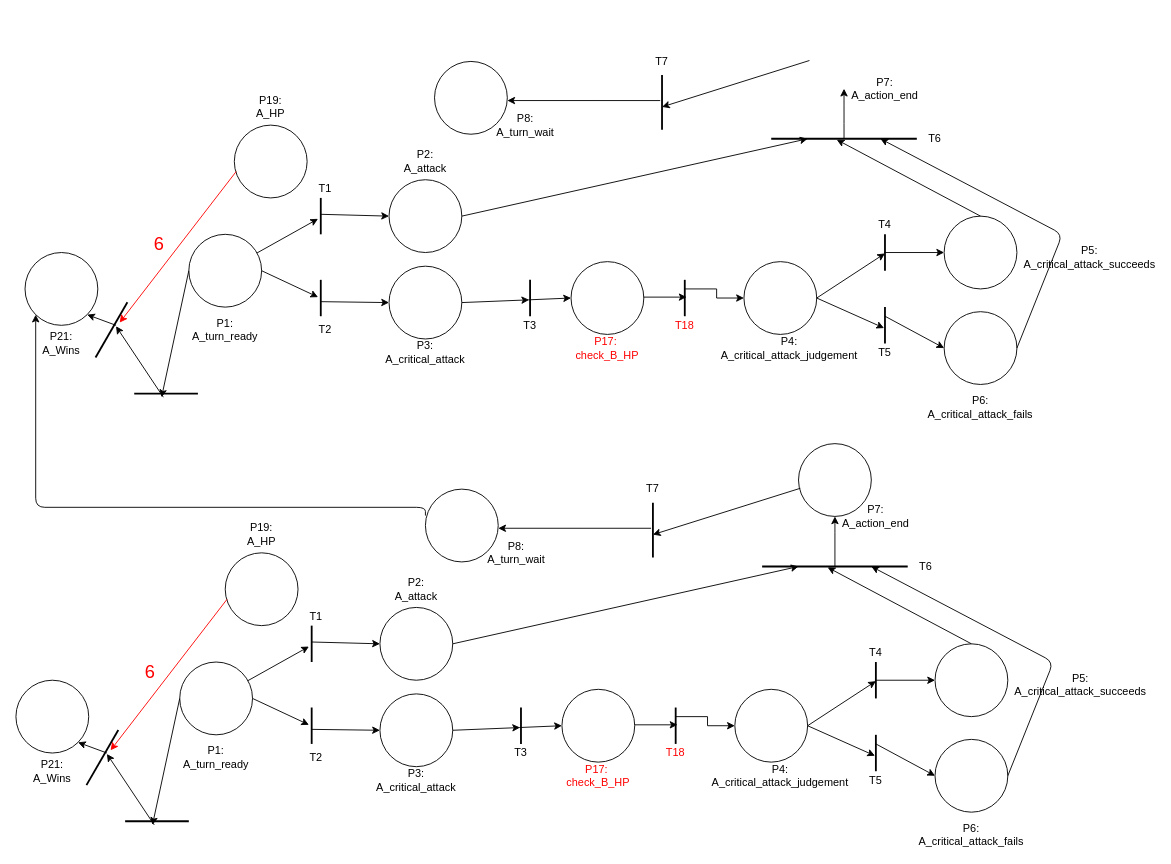
This is Untitled Diagram.drawio from briansodenkin/gdg-git, a draw.io file, before an edit. Source tidied: cells renumbered, new cells numbered last; positions are measured from the earlier drawing's top-left corner, leaving out a move shared by most shapes. Both pictures are drawn from the tidied source at 91%, with x=0, y=0 at pixel (15, 52).
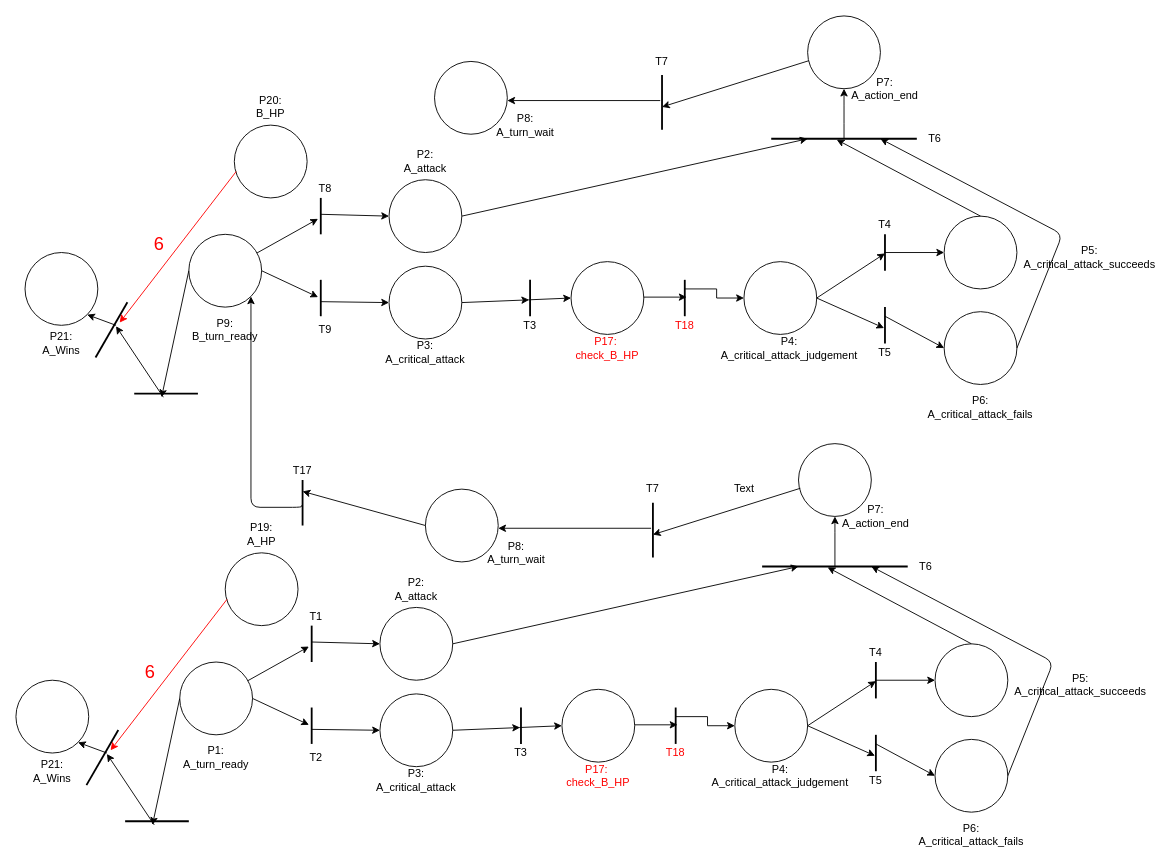
After the change.

Unchanged cells that the change refers to:
```xml
<mxCell id="63" style="ellipse;whiteSpace=wrap;html=1;" parent="1" vertex="1">
  <mxGeometry x="450" y="480" width="80" height="80" as="geometry" />
</mxCell>
<mxCell id="65" style="ellipse;whiteSpace=wrap;html=1;" parent="1" vertex="1">
  <mxGeometry x="190" y="200" width="80" height="80" as="geometry" />
</mxCell>
<mxCell id="72" style="ellipse;whiteSpace=wrap;html=1;" parent="1" vertex="1">
  <mxGeometry x="10" y="220" width="80" height="80" as="geometry" />
</mxCell>
```

Diff of the diagram source:
```diff
@@
-    <mxCell id="77" value="T2" style="text;html=1;strokeColor=none;fillColor=none;align=center;verticalAlign=middle;whiteSpace=wrap;rounded=0;" parent="1" vertex="1">
+    <mxCell id="77" value="T9" style="text;html=1;strokeColor=none;fillColor=none;align=center;verticalAlign=middle;whiteSpace=wrap;rounded=0;" parent="1" vertex="1">
       <mxGeometry x="320" y="295" width="40" height="20" as="geometry" />
     </mxCell>
-    <mxCell id="78" value="T1" style="text;html=1;strokeColor=none;fillColor=none;align=center;verticalAlign=middle;whiteSpace=wrap;rounded=0;" parent="1" vertex="1">
+    <mxCell id="78" value="T8" style="text;html=1;strokeColor=none;fillColor=none;align=center;verticalAlign=middle;whiteSpace=wrap;rounded=0;" parent="1" vertex="1">
       <mxGeometry x="320" y="140" width="40" height="20" as="geometry" />
     </mxCell>
@@
-    <mxCell id="80" value="P1: A_turn_ready&lt;br&gt;" style="text;html=1;strokeColor=none;fillColor=none;align=center;verticalAlign=middle;whiteSpace=wrap;rounded=0;" parent="1" vertex="1">
+    <mxCell id="80" value="P9: B_turn_ready" style="text;html=1;strokeColor=none;fillColor=none;align=center;verticalAlign=middle;whiteSpace=wrap;rounded=0;" parent="1" vertex="1">
       <mxGeometry x="210" y="295" width="40" height="20" as="geometry" />
     </mxCell>
-    <mxCell id="81" value="P19: A_HP" style="text;html=1;strokeColor=none;fillColor=none;align=center;verticalAlign=middle;whiteSpace=wrap;rounded=0;" parent="1" vertex="1">
+    <mxCell id="81" value="P20: B_HP" style="text;html=1;strokeColor=none;fillColor=none;align=center;verticalAlign=middle;whiteSpace=wrap;rounded=0;" parent="1" vertex="1">
       <mxGeometry x="260" y="50" width="40" height="20" as="geometry" />
     </mxCell>
@@
-    <mxCell id="127" style="edgeStyle=elbowEdgeStyle;elbow=vertical;endArrow=classic;html=1;strokeColor=#000000;exitX=0;exitY=0.363;exitDx=0;exitDy=0;exitPerimeter=0;entryX=0;entryY=1;entryDx=0;entryDy=0;" parent="1" edge="1" source="63" target="72">
+    <mxCell id="127" style="edgeStyle=elbowEdgeStyle;elbow=vertical;endArrow=classic;html=1;strokeColor=#000000;entryX=1;entryY=1;entryDx=0;entryDy=0;exitX=0.556;exitY=0.6;exitDx=0;exitDy=0;exitPerimeter=0;" parent="1" edge="1" source="129" target="65">
       <mxGeometry relative="1" as="geometry">
         <Array as="points">
           <mxPoint x="240" y="500" />
         </Array>
       </mxGeometry>
     </mxCell>
+    <mxCell id="128" style="ellipse;whiteSpace=wrap;html=1;" parent="1" vertex="1">
+      <mxGeometry x="870" y="-40" width="80" height="80" as="geometry" />
+    </mxCell>
+    <mxCell id="129" style="line;strokeWidth=2;direction=south;html=1;" parent="1" vertex="1">
+      <mxGeometry x="310" y="470" width="10" height="50" as="geometry" />
+    </mxCell>
+    <mxCell id="130" style="endArrow=classic;html=1;strokeColor=#000000;exitX=0;exitY=0.5;exitDx=0;exitDy=0;entryX=0.25;entryY=0.5;entryDx=0;entryDy=0;entryPerimeter=0;" parent="1" edge="1" source="63" target="129">
+      <mxGeometry relative="1" as="geometry" />
+    </mxCell>
+    <mxCell id="131" value="Text" style="text;html=1;align=center;verticalAlign=middle;" parent="1" vertex="1">
+      <mxGeometry x="780" y="470" width="40" height="20" as="geometry" />
+    </mxCell>
+    <mxCell id="132" value="T17" style="text;html=1;strokeColor=none;fillColor=none;align=center;verticalAlign=middle;whiteSpace=wrap;rounded=0;" parent="1" vertex="1">
+      <mxGeometry x="295" y="450" width="40" height="20" as="geometry" />
+    </mxCell>
```
